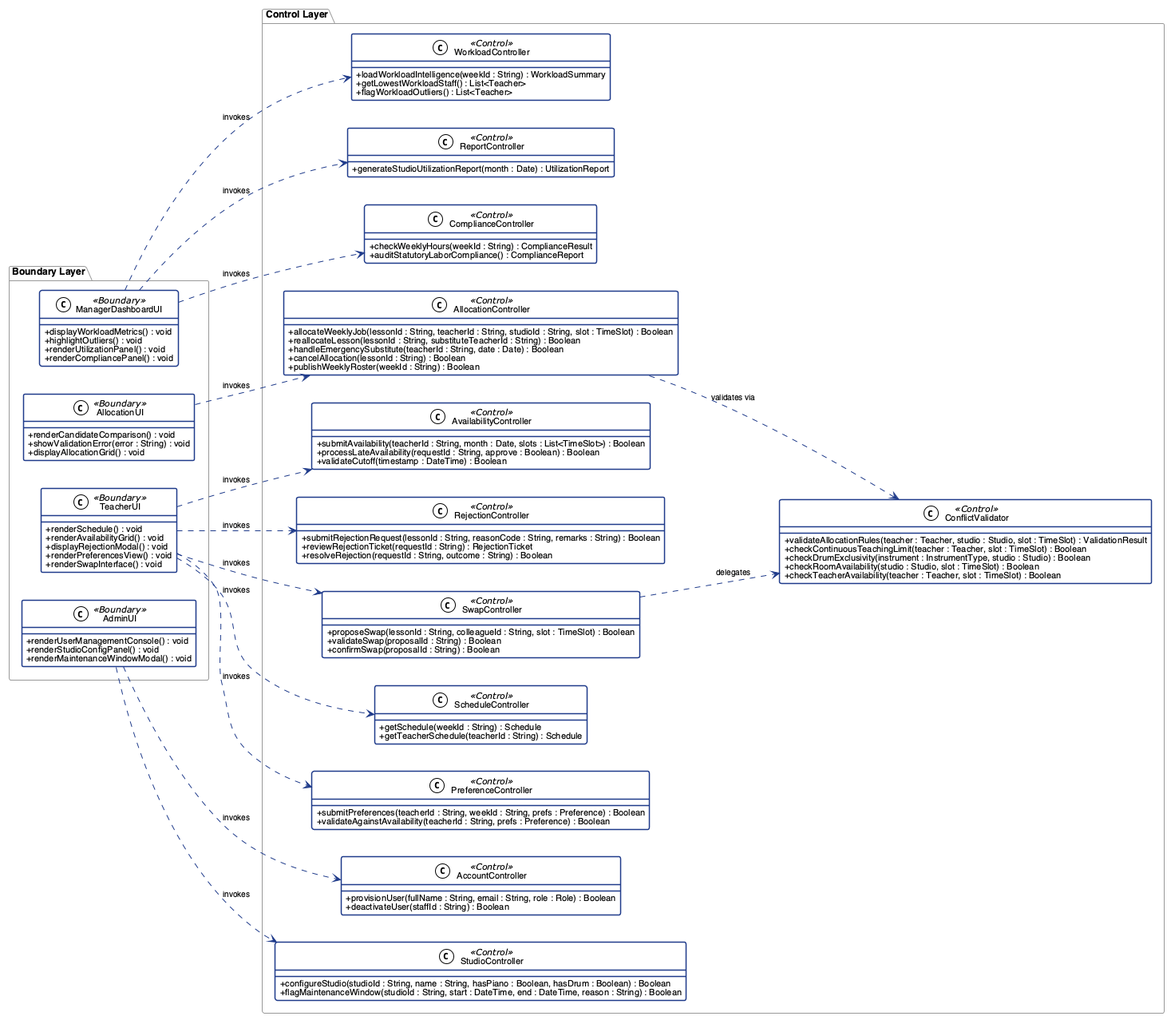
This is report/assets/class_diagram_control.png from adoreblvnk/2001temp, a PlantUML export, as it was before one commit.
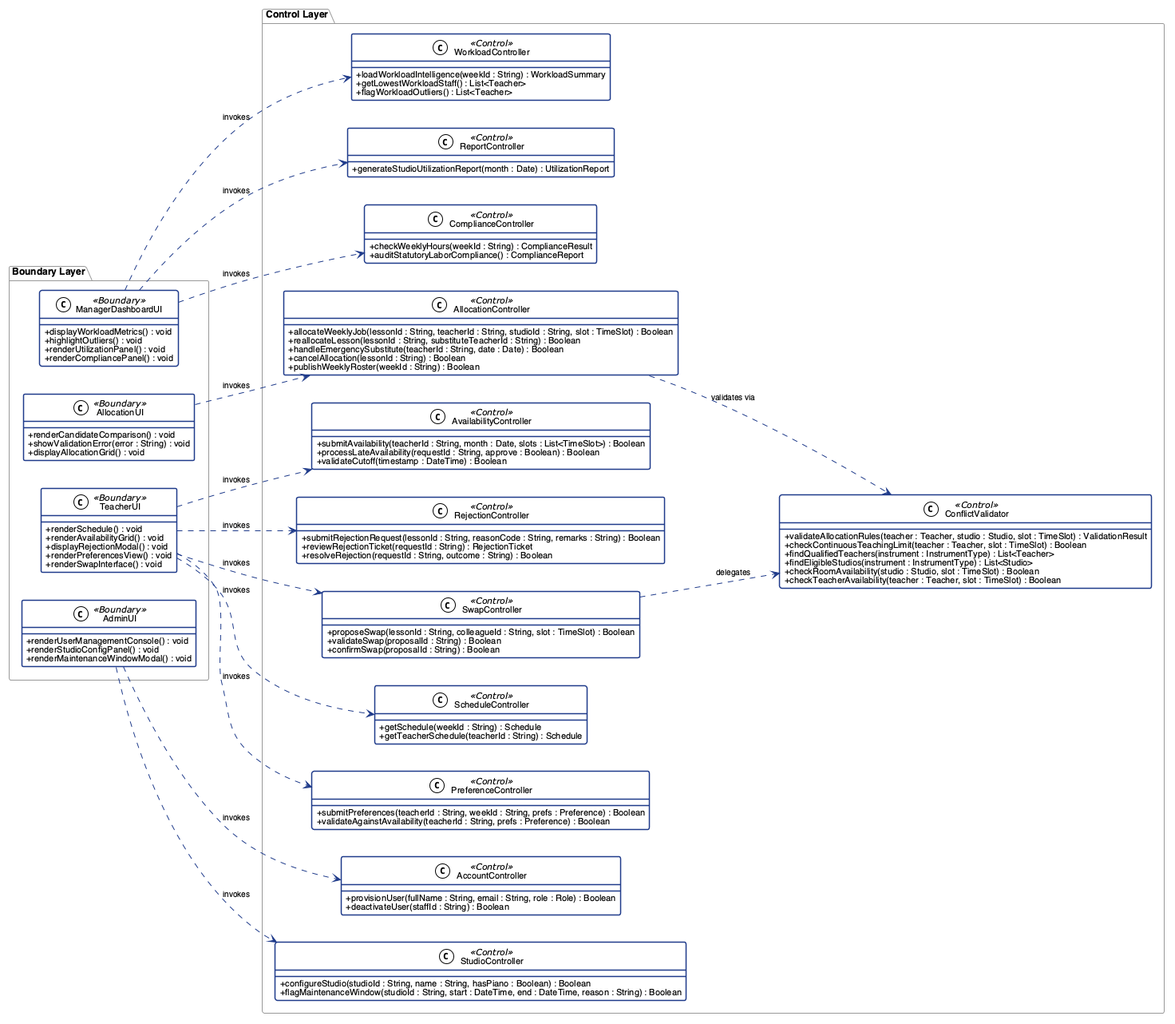
Above is the later version.

Diff of the diagram source:
```diff
@@ -62,7 +62,8 @@
     class ConflictValidator <<Control>> {
         +validateAllocationRules(teacher : Teacher, studio : Studio, slot : TimeSlot) : ValidationResult
         +checkContinuousTeachingLimit(teacher : Teacher, slot : TimeSlot) : Boolean
-        +checkDrumExclusivity(instrument : InstrumentType, studio : Studio) : Boolean
+        +findQualifiedTeachers(instrument : InstrumentType) : List<Teacher>
+        +findEligibleStudios(instrument : InstrumentType) : List<Studio>
         +checkRoomAvailability(studio : Studio, slot : TimeSlot) : Boolean
         +checkTeacherAvailability(teacher : Teacher, slot : TimeSlot) : Boolean
     }
@@ -86,7 +87,7 @@
         +deactivateUser(staffId : String) : Boolean
     }
     class StudioController <<Control>> {
-        +configureStudio(studioId : String, name : String, hasPiano : Boolean, hasDrum : Boolean) : Boolean
+        +configureStudio(studioId : String, name : String, hasPiano : Boolean) : Boolean
         +flagMaintenanceWindow(studioId : String, start : DateTime, end : DateTime, reason : String) : Boolean
     }
     class ReportController <<Control>> {
```
